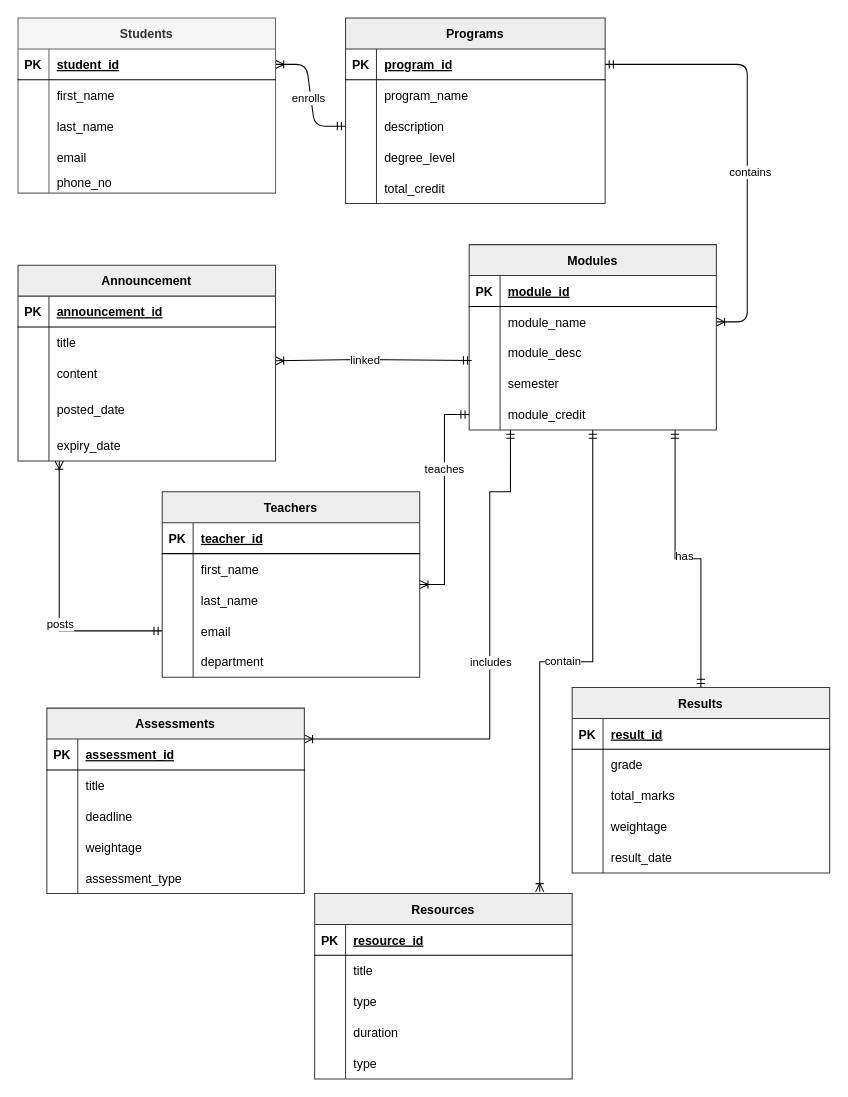
Above: Database.drawio in pawal-karki/DRAW.IO (draw.io), before the change. Source tidied: cells renumbered, new cells numbered last; positions are measured from the earlier drawing's top-left corner, leaving out a move shared by most shapes. Both pictures are drawn from the tidied source at 103%, with x=0, y=0 at pixel (18, 18).
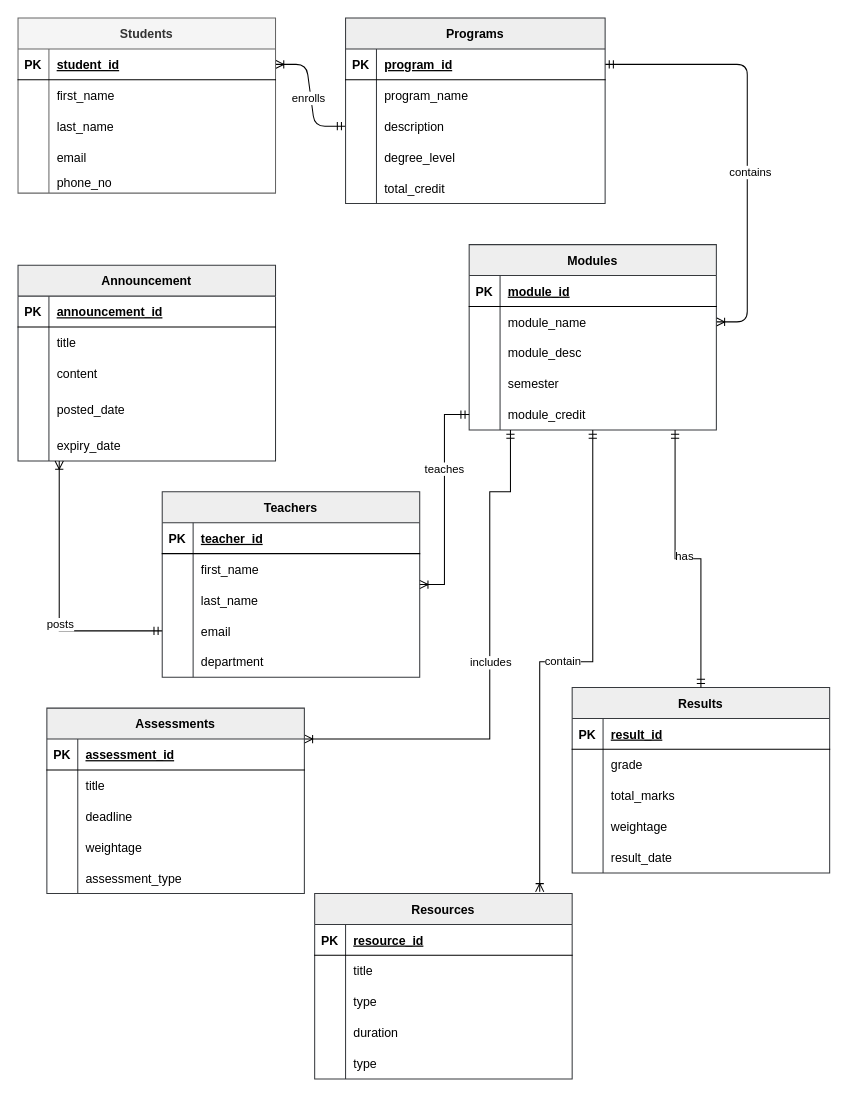
Above is the later version.

The change refers to these unchanged cells:
```xml
<mxCell id="29" style="shape=partialRectangle;fillColor=none;points=[[0,0.5],[1,0.5]];portConstraint=eastwest;top=0;left=0;right=0;bottom=0;" parent="22" vertex="1">
  <mxGeometry y="90" width="240" height="30" as="geometry" />
</mxCell>
```

Diff of the diagram source:
```diff
@@
-    <mxCell id="54" style="rounded=0;jettySize=auto;html=1;startArrow=ERoneToMany;startFill=0;endArrow=ERmandOne;endFill=0;entryX=0.01;entryY=0.747;entryDx=0;entryDy=0;entryPerimeter=0;" parent="1" edge="1" target="29">
-      <mxGeometry relative="1" as="geometry">
-        <mxPoint x="250" y="332.8" as="sourcePoint" />
-        <Array as="points">
-          <mxPoint x="332" y="331.5" />
-        </Array>
-      </mxGeometry>
-    </mxCell>
-    <mxCell id="55" value="linked" style="edgeLabel;html=1;align=center;verticalAlign=middle;" parent="54" vertex="1">
-      <mxGeometry x="-0.09" relative="1" as="geometry" />
-    </mxCell>
```
